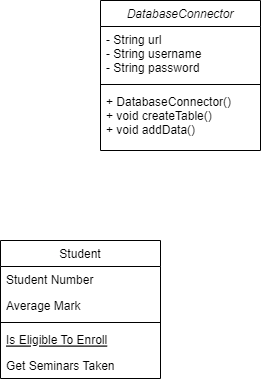
Earlier version of the draw.io export Module5/ProgrammingAssignment/Chapter34Exercise/SalaryDatabaseUML.png (njlowhorn/Java_Class). Source tidied: cells renumbered, new cells last; positions are measured from the earlier drawing's top-left corner, leaving out a move shared by most shapes.
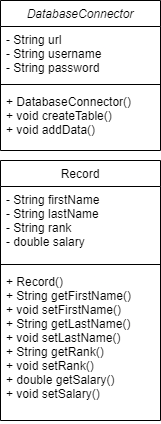
The same file after the commit.

What changed in the source:
```diff
@@ -14,23 +14,17 @@
     <mxCell id="5" value="+ DatabaseConnector()&#10;+ void createTable()&#10;+ void addData()" style="text;align=left;verticalAlign=top;spacingLeft=4;spacingRight=4;overflow=hidden;" parent="2" vertex="1">
       <mxGeometry y="88" width="160" height="62" as="geometry" />
     </mxCell>
-    <mxCell id="6" value="Student" style="swimlane;fontStyle=0;align=center;verticalAlign=top;horizontal=1;startSize=26;rounded=0;shadow=0;strokeWidth=1;" parent="1" vertex="1">
-      <mxGeometry y="240" width="160" height="138" as="geometry" />
+    <mxCell id="6" value="Record" style="swimlane;fontStyle=0;align=center;verticalAlign=top;horizontal=1;startSize=26;rounded=0;shadow=0;strokeWidth=1;" parent="1" vertex="1">
+      <mxGeometry x="100" y="160" width="160" height="260" as="geometry" />
     </mxCell>
-    <mxCell id="7" value="Student Number" style="text;align=left;verticalAlign=top;spacingLeft=4;spacingRight=4;overflow=hidden;" parent="6" vertex="1">
-      <mxGeometry y="26" width="160" height="26" as="geometry" />
+    <mxCell id="7" value="- String firstName&#10;- String lastName&#10;- String rank&#10;- double salary" style="text;align=left;verticalAlign=top;spacingLeft=4;spacingRight=4;overflow=hidden;" parent="6" vertex="1">
+      <mxGeometry y="26" width="160" height="74" as="geometry" />
     </mxCell>
-    <mxCell id="8" value="Average Mark" style="text;align=left;verticalAlign=top;spacingLeft=4;spacingRight=4;overflow=hidden;rounded=0;shadow=0;html=0;" parent="6" vertex="1">
-      <mxGeometry y="52" width="160" height="26" as="geometry" />
-    </mxCell>
     <mxCell id="9" style="line;html=1;strokeWidth=1;align=left;verticalAlign=middle;spacingTop=-1;spacingLeft=3;spacingRight=3;labelPosition=right;" parent="6" vertex="1">
-      <mxGeometry y="78" width="160" height="8" as="geometry" />
+      <mxGeometry y="100" width="160" height="8" as="geometry" />
     </mxCell>
-    <mxCell id="10" value="Is Eligible To Enroll" style="text;align=left;verticalAlign=top;spacingLeft=4;spacingRight=4;overflow=hidden;fontStyle=4;" parent="6" vertex="1">
-      <mxGeometry y="86" width="160" height="26" as="geometry" />
+    <mxCell id="10" value="+ Record()&#10;+ String getFirstName()&#10;+ void setFirstName()&#10;+ String getLastName()&#10;+ void setLastName()&#10;+ String getRank()&#10;+ void setRank()&#10;+ double getSalary()&#10;+ void setSalary()" style="text;align=left;verticalAlign=top;spacingLeft=4;spacingRight=4;overflow=hidden;fontStyle=0;" parent="6" vertex="1">
+      <mxGeometry y="108" width="160" height="152" as="geometry" />
     </mxCell>
-    <mxCell id="11" value="Get Seminars Taken" style="text;align=left;verticalAlign=top;spacingLeft=4;spacingRight=4;overflow=hidden;" parent="6" vertex="1">
-      <mxGeometry y="112" width="160" height="26" as="geometry" />
-    </mxCell>
   </root>
 </mxGraphModel>
```
